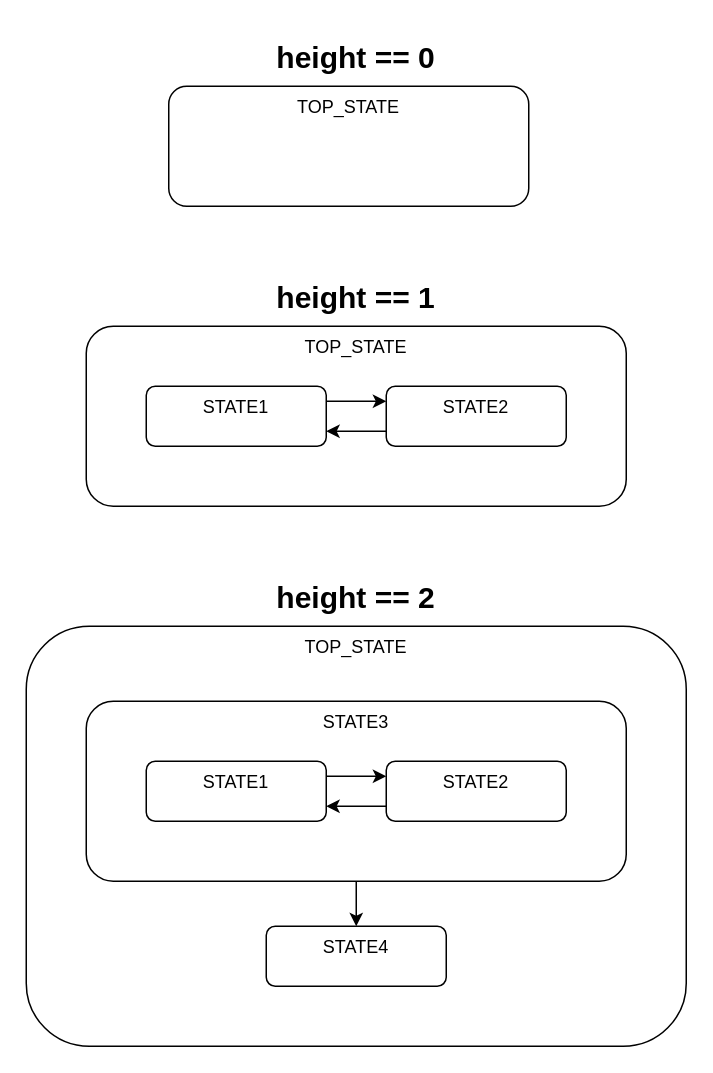
This is page "ecu_hsm_ctor" (8 of 9) of doc/images/hsm/hsm.drawio from ress059/ecu, a draw.io file, before an edit. Source tidied: cells renumbered, new cells numbered last; positions are measured from the earlier drawing's top-left corner, leaving out a move shared by most shapes. Both pictures are drawn from the tidied source at 150%, with x=0, y=0 at pixel (26, 26).
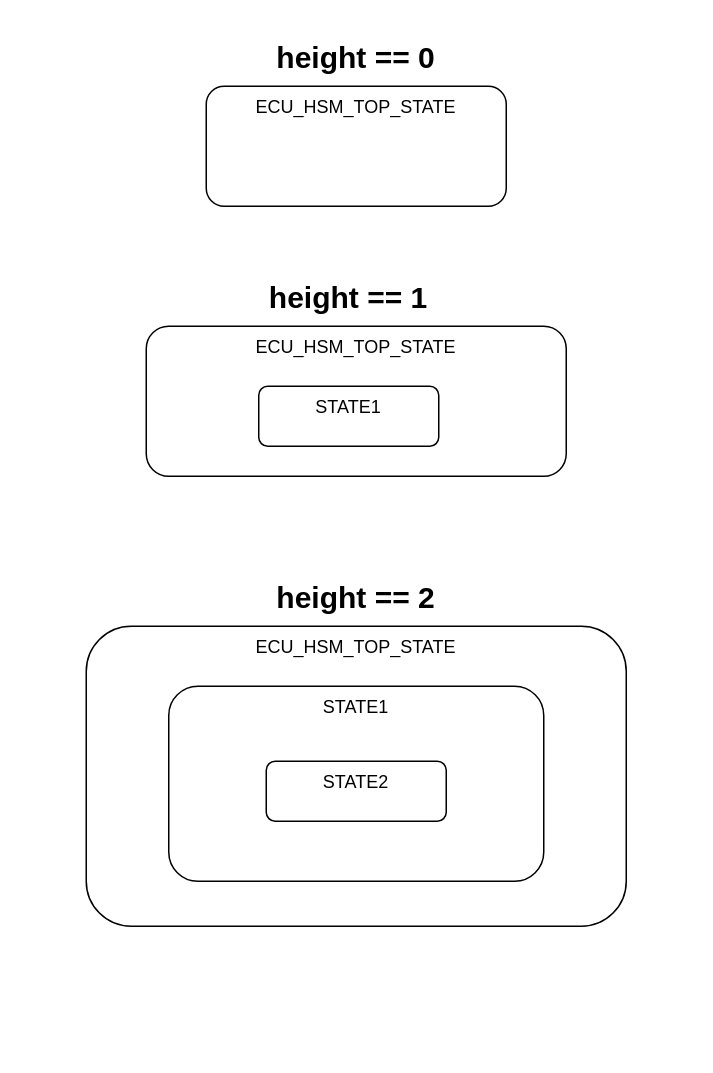
The same page after the edit.

The edit, as a diff of the source:
```diff
@@
 <mxGraphModel>
   <root>
     <mxCell id="0" />
     <mxCell id="1" parent="0" />
-    <mxCell id="2" value="TOP_STATE" style="rounded=1;whiteSpace=wrap;html=1;verticalAlign=top;" parent="1" vertex="1">
-      <mxGeometry y="400" width="440" height="280" as="geometry" />
+    <mxCell id="2" value="ECU_HSM_TOP_STATE" style="rounded=1;whiteSpace=wrap;html=1;verticalAlign=top;" parent="1" vertex="1">
+      <mxGeometry x="40" y="400" width="360" height="200" as="geometry" />
     </mxCell>
-    <mxCell id="3" style="edgeStyle=orthogonalEdgeStyle;rounded=0;jettySize=auto;html=1;entryX=0.5;entryY=0;entryDx=0;entryDy=0;" parent="1" edge="1" source="4" target="18">
-      <mxGeometry relative="1" as="geometry" />
-    </mxCell>
-    <mxCell id="4" value="STATE3" style="rounded=1;whiteSpace=wrap;html=1;verticalAlign=top;" parent="1" vertex="1">
-      <mxGeometry x="40" y="450" width="360" height="120" as="geometry" />
+    <mxCell id="4" value="STATE1" style="rounded=1;whiteSpace=wrap;html=1;verticalAlign=top;" parent="1" vertex="1">
+      <mxGeometry x="95" y="440" width="250" height="130" as="geometry" />
     </mxCell>
-    <mxCell id="5" value="TOP_STATE" style="rounded=1;whiteSpace=wrap;html=1;verticalAlign=top;" parent="1" vertex="1">
-      <mxGeometry x="95" y="40" width="240" height="80" as="geometry" />
+    <mxCell id="5" value="ECU_HSM_TOP_STATE" style="rounded=1;whiteSpace=wrap;html=1;verticalAlign=top;" parent="1" vertex="1">
+      <mxGeometry x="120" y="40" width="200" height="80" as="geometry" />
     </mxCell>
     <mxCell id="6" value="&lt;b&gt;&lt;font style=&quot;font-size: 20px;&quot;&gt;height == 0&lt;/font&gt;&lt;/b&gt;" style="text;html=1;strokeColor=none;fillColor=none;align=center;verticalAlign=middle;whiteSpace=wrap;rounded=0;" parent="1" vertex="1">
       <mxGeometry x="140" width="160" height="40" as="geometry" />
     </mxCell>
-    <mxCell id="7" value="TOP_STATE" style="rounded=1;whiteSpace=wrap;html=1;verticalAlign=top;" parent="1" vertex="1">
-      <mxGeometry x="40" y="200" width="360" height="120" as="geometry" />
+    <mxCell id="7" value="ECU_HSM_TOP_STATE" style="rounded=1;whiteSpace=wrap;html=1;verticalAlign=top;" parent="1" vertex="1">
+      <mxGeometry x="80" y="200" width="280" height="100" as="geometry" />
     </mxCell>
     <mxCell id="8" value="&lt;b&gt;&lt;font style=&quot;font-size: 20px;&quot;&gt;height == 1&lt;/font&gt;&lt;/b&gt;" style="text;html=1;strokeColor=none;fillColor=none;align=center;verticalAlign=middle;whiteSpace=wrap;rounded=0;" parent="1" vertex="1">
-      <mxGeometry x="140" y="160" width="160" height="40" as="geometry" />
+      <mxGeometry x="135" y="160" width="160" height="40" as="geometry" />
     </mxCell>
-    <mxCell id="9" style="edgeStyle=orthogonalEdgeStyle;rounded=0;jettySize=auto;html=1;exitX=1;exitY=0.25;exitDx=0;exitDy=0;entryX=0;entryY=0.25;entryDx=0;entryDy=0;" parent="1" edge="1" source="10" target="12">
-      <mxGeometry relative="1" as="geometry" />
-    </mxCell>
     <mxCell id="10" value="STATE1" style="rounded=1;whiteSpace=wrap;html=1;verticalAlign=top;" parent="1" vertex="1">
-      <mxGeometry x="80" y="240" width="120" height="40" as="geometry" />
+      <mxGeometry x="155" y="240" width="120" height="40" as="geometry" />
     </mxCell>
-    <mxCell id="11" style="edgeStyle=orthogonalEdgeStyle;rounded=0;jettySize=auto;html=1;exitX=0;exitY=0.75;exitDx=0;exitDy=0;entryX=1;entryY=0.75;entryDx=0;entryDy=0;" parent="1" edge="1" source="12" target="10">
-      <mxGeometry relative="1" as="geometry" />
-    </mxCell>
-    <mxCell id="12" value="STATE2" style="rounded=1;whiteSpace=wrap;html=1;verticalAlign=top;" parent="1" vertex="1">
-      <mxGeometry x="240" y="240" width="120" height="40" as="geometry" />
-    </mxCell>
     <mxCell id="13" value="&lt;b&gt;&lt;font style=&quot;font-size: 20px;&quot;&gt;height == 2&lt;/font&gt;&lt;/b&gt;" style="text;html=1;strokeColor=none;fillColor=none;align=center;verticalAlign=middle;whiteSpace=wrap;rounded=0;" parent="1" vertex="1">
       <mxGeometry x="140" y="360" width="160" height="40" as="geometry" />
     </mxCell>
-    <mxCell id="14" style="edgeStyle=orthogonalEdgeStyle;rounded=0;jettySize=auto;html=1;exitX=1;exitY=0.25;exitDx=0;exitDy=0;entryX=0;entryY=0.25;entryDx=0;entryDy=0;" parent="1" edge="1" source="15" target="17">
-      <mxGeometry relative="1" as="geometry" />
-    </mxCell>
-    <mxCell id="15" value="STATE1" style="rounded=1;whiteSpace=wrap;html=1;verticalAlign=top;" parent="1" vertex="1">
-      <mxGeometry x="80" y="490" width="120" height="40" as="geometry" />
-    </mxCell>
-    <mxCell id="16" style="edgeStyle=orthogonalEdgeStyle;rounded=0;jettySize=auto;html=1;exitX=0;exitY=0.75;exitDx=0;exitDy=0;entryX=1;entryY=0.75;entryDx=0;entryDy=0;" parent="1" edge="1" source="17" target="15">
-      <mxGeometry relative="1" as="geometry" />
-    </mxCell>
-    <mxCell id="17" value="STATE2" style="rounded=1;whiteSpace=wrap;html=1;verticalAlign=top;" parent="1" vertex="1">
-      <mxGeometry x="240" y="490" width="120" height="40" as="geometry" />
-    </mxCell>
-    <mxCell id="18" value="STATE4" style="rounded=1;whiteSpace=wrap;html=1;verticalAlign=top;" parent="1" vertex="1">
-      <mxGeometry x="160" y="600" width="120" height="40" as="geometry" />
-    </mxCell>
+    <mxCell id="19" value="STATE2" style="rounded=1;whiteSpace=wrap;html=1;verticalAlign=top;" parent="1" vertex="1">
+      <mxGeometry x="160" y="490" width="120" height="40" as="geometry" />
+    </mxCell>
   </root>
 </mxGraphModel>
```
